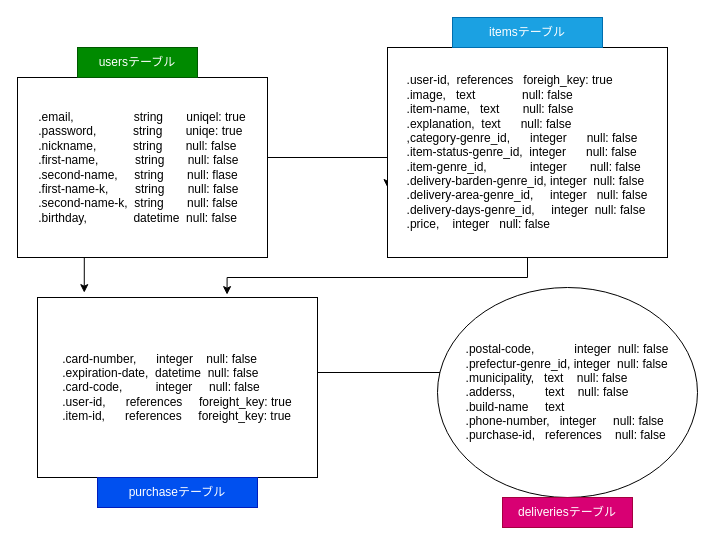
okadahideya/furima-31743 keeps this draw.io diagram as furima.dio. Above is the earlier version. Source tidied: cells renumbered, new cells numbered last; positions are measured from the earlier drawing's top-left corner, leaving out a move shared by most shapes. Both pictures are drawn from the tidied source at 100%, with x=0, y=0 at pixel (17, 17).
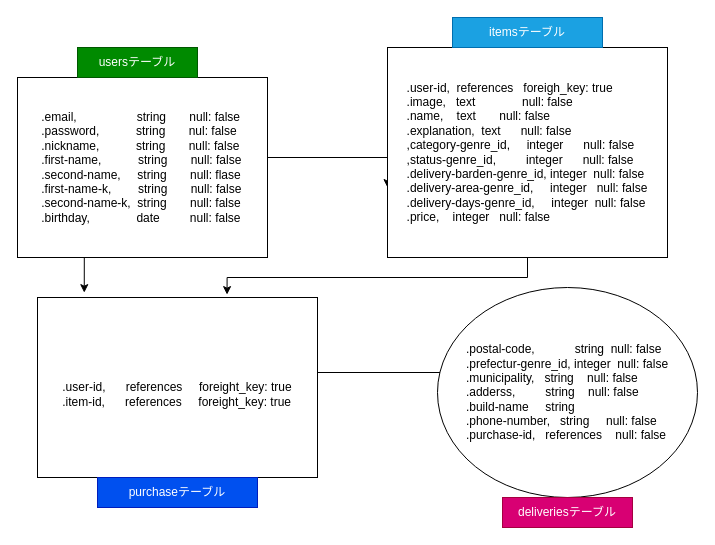
Above is the later version.

What changed in the source:
```diff
@@
 <mxGraphModel>
   <root>
     <mxCell id="0" />
     <mxCell id="1" parent="0" />
     <mxCell id="2" style="edgeStyle=orthogonalEdgeStyle;rounded=0;jettySize=auto;html=1;exitX=1;exitY=0.5;exitDx=0;exitDy=0;entryX=0;entryY=0.667;entryDx=0;entryDy=0;entryPerimeter=0;" parent="1" edge="1" source="4" target="6">
       <mxGeometry relative="1" as="geometry">
         <Array as="points">
           <mxPoint x="250" y="140" />
         </Array>
       </mxGeometry>
     </mxCell>
     <mxCell id="3" style="edgeStyle=orthogonalEdgeStyle;rounded=0;jettySize=auto;html=1;exitX=0.25;exitY=1;exitDx=0;exitDy=0;entryX=0.167;entryY=-0.027;entryDx=0;entryDy=0;entryPerimeter=0;" parent="1" edge="1" source="4" target="8">
       <mxGeometry relative="1" as="geometry" />
     </mxCell>
-    <mxCell id="4" value="&lt;div style=&quot;text-align: justify&quot;&gt;.email,&amp;nbsp; &amp;nbsp; &amp;nbsp; &amp;nbsp; &amp;nbsp; &amp;nbsp; &amp;nbsp; &amp;nbsp; &amp;nbsp; string&amp;nbsp; &amp;nbsp; &amp;nbsp; &amp;nbsp;uniqel: true&lt;/div&gt;&lt;div style=&quot;text-align: justify&quot;&gt;&lt;span&gt;.password,&amp;nbsp; &amp;nbsp; &amp;nbsp; &amp;nbsp; &amp;nbsp; &amp;nbsp;string&amp;nbsp; &amp;nbsp; &amp;nbsp; &amp;nbsp;uniqe: true&lt;/span&gt;&lt;/div&gt;&lt;div style=&quot;text-align: justify&quot;&gt;&lt;span&gt;.nickname,&amp;nbsp; &amp;nbsp; &amp;nbsp; &amp;nbsp; &amp;nbsp; &amp;nbsp;string&amp;nbsp; &amp;nbsp; &amp;nbsp; &amp;nbsp;null: false&amp;nbsp;&lt;/span&gt;&lt;/div&gt;&lt;div style=&quot;text-align: justify&quot;&gt;&lt;span&gt;.first-name,&amp;nbsp; &amp;nbsp; &amp;nbsp; &amp;nbsp; &amp;nbsp; &amp;nbsp;string&amp;nbsp; &amp;nbsp; &amp;nbsp; &amp;nbsp;null: false&lt;/span&gt;&lt;/div&gt;&lt;div style=&quot;text-align: justify&quot;&gt;&lt;span&gt;.second-name,&amp;nbsp; &amp;nbsp; &amp;nbsp;string&amp;nbsp; &amp;nbsp; &amp;nbsp; &amp;nbsp;null: flase&lt;/span&gt;&lt;/div&gt;&lt;div style=&quot;text-align: justify&quot;&gt;&lt;span&gt;.first-name-k,&amp;nbsp; &amp;nbsp; &amp;nbsp; &amp;nbsp; string&amp;nbsp; &amp;nbsp; &amp;nbsp; &amp;nbsp;null: false&lt;/span&gt;&lt;/div&gt;&lt;div style=&quot;text-align: justify&quot;&gt;&lt;span&gt;.second-name-k,&amp;nbsp; string&amp;nbsp; &amp;nbsp; &amp;nbsp; &amp;nbsp;null: false&lt;/span&gt;&lt;/div&gt;&lt;div style=&quot;text-align: justify&quot;&gt;&lt;span&gt;.birthday,&amp;nbsp; &amp;nbsp; &amp;nbsp; &amp;nbsp; &amp;nbsp; &amp;nbsp; &amp;nbsp; datetime&amp;nbsp; null: false&lt;/span&gt;&lt;/div&gt;" style="whiteSpace=wrap;html=1;align=center;" parent="1" vertex="1">
+    <mxCell id="4" value="&lt;div style=&quot;text-align: justify&quot;&gt;.email,&amp;nbsp; &amp;nbsp; &amp;nbsp; &amp;nbsp; &amp;nbsp; &amp;nbsp; &amp;nbsp; &amp;nbsp; &amp;nbsp; string&amp;nbsp; &amp;nbsp; &amp;nbsp; &amp;nbsp;null: false&lt;/div&gt;&lt;div style=&quot;text-align: justify&quot;&gt;&lt;span&gt;.password,&amp;nbsp; &amp;nbsp; &amp;nbsp; &amp;nbsp; &amp;nbsp; &amp;nbsp;string&amp;nbsp; &amp;nbsp; &amp;nbsp; &amp;nbsp;nul: false&lt;/span&gt;&lt;/div&gt;&lt;div style=&quot;text-align: justify&quot;&gt;&lt;span&gt;.nickname,&amp;nbsp; &amp;nbsp; &amp;nbsp; &amp;nbsp; &amp;nbsp; &amp;nbsp;string&amp;nbsp; &amp;nbsp; &amp;nbsp; &amp;nbsp;null: false&amp;nbsp;&lt;/span&gt;&lt;/div&gt;&lt;div style=&quot;text-align: justify&quot;&gt;&lt;span&gt;.first-name,&amp;nbsp; &amp;nbsp; &amp;nbsp; &amp;nbsp; &amp;nbsp; &amp;nbsp;string&amp;nbsp; &amp;nbsp; &amp;nbsp; &amp;nbsp;null: false&lt;/span&gt;&lt;/div&gt;&lt;div style=&quot;text-align: justify&quot;&gt;&lt;span&gt;.second-name,&amp;nbsp; &amp;nbsp; &amp;nbsp;string&amp;nbsp; &amp;nbsp; &amp;nbsp; &amp;nbsp;null: flase&lt;/span&gt;&lt;/div&gt;&lt;div style=&quot;text-align: justify&quot;&gt;&lt;span&gt;.first-name-k,&amp;nbsp; &amp;nbsp; &amp;nbsp; &amp;nbsp; string&amp;nbsp; &amp;nbsp; &amp;nbsp; &amp;nbsp;null: false&lt;/span&gt;&lt;/div&gt;&lt;div style=&quot;text-align: justify&quot;&gt;&lt;span&gt;.second-name-k,&amp;nbsp; string&amp;nbsp; &amp;nbsp; &amp;nbsp; &amp;nbsp;null: false&lt;/span&gt;&lt;/div&gt;&lt;div style=&quot;text-align: justify&quot;&gt;&lt;span&gt;.birthday,&amp;nbsp; &amp;nbsp; &amp;nbsp; &amp;nbsp; &amp;nbsp; &amp;nbsp; &amp;nbsp; date&amp;nbsp; &amp;nbsp; &amp;nbsp; &amp;nbsp; &amp;nbsp;null: false&lt;/span&gt;&lt;/div&gt;" style="whiteSpace=wrap;html=1;align=center;" parent="1" vertex="1">
       <mxGeometry y="60" width="250" height="180" as="geometry" />
     </mxCell>
     <mxCell id="5" style="edgeStyle=orthogonalEdgeStyle;rounded=0;jettySize=auto;html=1;exitX=0.5;exitY=1;exitDx=0;exitDy=0;entryX=0.677;entryY=-0.016;entryDx=0;entryDy=0;entryPerimeter=0;" parent="1" edge="1" source="6" target="8">
       <mxGeometry relative="1" as="geometry" />
     </mxCell>
-    <mxCell id="6" value="&lt;blockquote style=&quot;margin: 0 0 0 40px ; border: none ; padding: 0px&quot;&gt;&lt;/blockquote&gt;&lt;span&gt;&lt;div style=&quot;text-align: justify&quot;&gt;&lt;span&gt;.user-id,&amp;nbsp; references&amp;nbsp; &amp;nbsp;foreigh_key: true&lt;/span&gt;&lt;/div&gt;&lt;/span&gt;&lt;blockquote style=&quot;margin: 0 0 0 40px ; border: none ; padding: 0px&quot;&gt;&lt;/blockquote&gt;&lt;span&gt;&lt;div style=&quot;text-align: justify&quot;&gt;&lt;span&gt;.image,&amp;nbsp; &amp;nbsp;text&amp;nbsp; &amp;nbsp; &amp;nbsp; &amp;nbsp; &amp;nbsp; &amp;nbsp; &amp;nbsp; null: false&lt;/span&gt;&lt;/div&gt;&lt;/span&gt;&lt;blockquote style=&quot;margin: 0 0 0 40px ; border: none ; padding: 0px&quot;&gt;&lt;/blockquote&gt;&lt;span&gt;&lt;div style=&quot;text-align: justify&quot;&gt;&lt;span&gt;.item-name,&amp;nbsp; &amp;nbsp;text&amp;nbsp; &amp;nbsp; &amp;nbsp; &amp;nbsp;null: false&lt;/span&gt;&lt;/div&gt;&lt;/span&gt;&lt;blockquote style=&quot;margin: 0 0 0 40px ; border: none ; padding: 0px&quot;&gt;&lt;/blockquote&gt;&lt;span&gt;&lt;div style=&quot;text-align: justify&quot;&gt;&lt;span&gt;.explanation,&amp;nbsp; text&amp;nbsp; &amp;nbsp; &amp;nbsp; null: false&lt;/span&gt;&lt;/div&gt;&lt;/span&gt;&lt;blockquote style=&quot;margin: 0 0 0 40px ; border: none ; padding: 0px&quot;&gt;&lt;/blockquote&gt;&lt;span&gt;&lt;div style=&quot;text-align: justify&quot;&gt;&lt;span&gt;,category-genre_id,&amp;nbsp; &amp;nbsp; &amp;nbsp; integer&amp;nbsp; &amp;nbsp; &amp;nbsp; null: false&lt;/span&gt;&lt;/div&gt;&lt;/span&gt;&lt;blockquote style=&quot;margin: 0 0 0 40px ; border: none ; padding: 0px&quot;&gt;&lt;/blockquote&gt;&lt;span&gt;&lt;div style=&quot;text-align: justify&quot;&gt;&lt;span&gt;.item-status-genre_id,&amp;nbsp; integer&amp;nbsp; &amp;nbsp; &amp;nbsp; null: false&lt;/span&gt;&lt;/div&gt;&lt;/span&gt;&lt;blockquote style=&quot;margin: 0 0 0 40px ; border: none ; padding: 0px&quot;&gt;&lt;/blockquote&gt;&lt;span&gt;&lt;div style=&quot;text-align: justify&quot;&gt;&lt;span&gt;.item-genre_id,&amp;nbsp; &amp;nbsp; &amp;nbsp; &amp;nbsp; &amp;nbsp; &amp;nbsp; &amp;nbsp;integer&amp;nbsp; &amp;nbsp; &amp;nbsp; &amp;nbsp;null: false&lt;/span&gt;&lt;/div&gt;&lt;/span&gt;&lt;blockquote style=&quot;margin: 0 0 0 40px ; border: none ; padding: 0px&quot;&gt;&lt;/blockquote&gt;&lt;span&gt;&lt;div style=&quot;text-align: justify&quot;&gt;&lt;span&gt;.delivery-barden-genre_id, integer&amp;nbsp; null: false&lt;/span&gt;&lt;/div&gt;&lt;/span&gt;&lt;blockquote style=&quot;margin: 0 0 0 40px ; border: none ; padding: 0px&quot;&gt;&lt;/blockquote&gt;&lt;span&gt;&lt;div style=&quot;text-align: justify&quot;&gt;&lt;span&gt;.delivery-area-genre_id,&amp;nbsp; &amp;nbsp; &amp;nbsp;integer&amp;nbsp; &amp;nbsp;null: false&lt;/span&gt;&lt;/div&gt;&lt;/span&gt;&lt;blockquote style=&quot;margin: 0 0 0 40px ; border: none ; padding: 0px&quot;&gt;&lt;/blockquote&gt;&lt;span&gt;&lt;div style=&quot;text-align: justify&quot;&gt;&lt;span&gt;.delivery-days-genre_id,&amp;nbsp; &amp;nbsp; &amp;nbsp;integer&amp;nbsp; null: false&lt;/span&gt;&lt;/div&gt;&lt;/span&gt;&lt;span&gt;&lt;div style=&quot;text-align: justify&quot;&gt;&lt;span&gt;.price,&amp;nbsp; &amp;nbsp; integer&amp;nbsp; &amp;nbsp;null: false&lt;/span&gt;&lt;/div&gt;&lt;/span&gt;" style="whiteSpace=wrap;html=1;" parent="1" vertex="1">
+    <mxCell id="6" value="&lt;blockquote style=&quot;margin: 0 0 0 40px ; border: none ; padding: 0px&quot;&gt;&lt;/blockquote&gt;&lt;span&gt;&lt;div style=&quot;text-align: justify&quot;&gt;&lt;span&gt;.user-id,&amp;nbsp; references&amp;nbsp; &amp;nbsp;foreigh_key: true&lt;/span&gt;&lt;/div&gt;&lt;/span&gt;&lt;blockquote style=&quot;margin: 0 0 0 40px ; border: none ; padding: 0px&quot;&gt;&lt;/blockquote&gt;&lt;span&gt;&lt;div style=&quot;text-align: justify&quot;&gt;&lt;span&gt;.image,&amp;nbsp; &amp;nbsp;text&amp;nbsp; &amp;nbsp; &amp;nbsp; &amp;nbsp; &amp;nbsp; &amp;nbsp; &amp;nbsp; null: false&lt;/span&gt;&lt;/div&gt;&lt;/span&gt;&lt;blockquote style=&quot;margin: 0 0 0 40px ; border: none ; padding: 0px&quot;&gt;&lt;/blockquote&gt;&lt;span&gt;&lt;div style=&quot;text-align: justify&quot;&gt;&lt;span&gt;.name,&amp;nbsp; &amp;nbsp; text&amp;nbsp; &amp;nbsp; &amp;nbsp; &amp;nbsp;null: false&lt;/span&gt;&lt;/div&gt;&lt;/span&gt;&lt;blockquote style=&quot;margin: 0 0 0 40px ; border: none ; padding: 0px&quot;&gt;&lt;/blockquote&gt;&lt;span&gt;&lt;div style=&quot;text-align: justify&quot;&gt;&lt;span&gt;.explanation,&amp;nbsp; text&amp;nbsp; &amp;nbsp; &amp;nbsp; null: false&lt;/span&gt;&lt;/div&gt;&lt;/span&gt;&lt;blockquote style=&quot;margin: 0 0 0 40px ; border: none ; padding: 0px&quot;&gt;&lt;/blockquote&gt;&lt;span&gt;&lt;div style=&quot;text-align: justify&quot;&gt;&lt;span&gt;,category-genre_id,&amp;nbsp; &amp;nbsp; &amp;nbsp;integer&amp;nbsp; &amp;nbsp; &amp;nbsp; null: false&lt;/span&gt;&lt;/div&gt;&lt;/span&gt;&lt;blockquote style=&quot;margin: 0 0 0 40px ; border: none ; padding: 0px&quot;&gt;&lt;/blockquote&gt;&lt;span&gt;&lt;div style=&quot;text-align: justify&quot;&gt;&lt;span&gt;,status-genre_id,&amp;nbsp; &amp;nbsp; &amp;nbsp; &amp;nbsp; &amp;nbsp;integer&amp;nbsp; &amp;nbsp; &amp;nbsp; null: false&lt;/span&gt;&lt;/div&gt;&lt;/span&gt;&lt;blockquote style=&quot;margin: 0 0 0 40px ; border: none ; padding: 0px&quot;&gt;&lt;/blockquote&gt;&lt;span&gt;&lt;div style=&quot;text-align: justify&quot;&gt;&lt;span&gt;.delivery-barden-genre_id, integer&amp;nbsp; null: false&lt;/span&gt;&lt;/div&gt;&lt;/span&gt;&lt;blockquote style=&quot;margin: 0 0 0 40px ; border: none ; padding: 0px&quot;&gt;&lt;/blockquote&gt;&lt;span&gt;&lt;div style=&quot;text-align: justify&quot;&gt;&lt;span&gt;.delivery-area-genre_id,&amp;nbsp; &amp;nbsp; &amp;nbsp;integer&amp;nbsp; &amp;nbsp;null: false&lt;/span&gt;&lt;/div&gt;&lt;/span&gt;&lt;blockquote style=&quot;margin: 0 0 0 40px ; border: none ; padding: 0px&quot;&gt;&lt;/blockquote&gt;&lt;span&gt;&lt;div style=&quot;text-align: justify&quot;&gt;&lt;span&gt;.delivery-days-genre_id,&amp;nbsp; &amp;nbsp; &amp;nbsp;integer&amp;nbsp; null: false&lt;/span&gt;&lt;/div&gt;&lt;/span&gt;&lt;span&gt;&lt;div style=&quot;text-align: justify&quot;&gt;&lt;span&gt;.price,&amp;nbsp; &amp;nbsp; integer&amp;nbsp; &amp;nbsp;null: false&lt;/span&gt;&lt;/div&gt;&lt;/span&gt;" style="whiteSpace=wrap;html=1;" parent="1" vertex="1">
       <mxGeometry x="370" y="30" width="280" height="210" as="geometry" />
     </mxCell>
     <mxCell id="7" style="edgeStyle=orthogonalEdgeStyle;rounded=0;jettySize=auto;html=1;exitX=1;exitY=0.5;exitDx=0;exitDy=0;entryX=0;entryY=0.5;entryDx=0;entryDy=0;" parent="1" edge="1" source="8" target="9">
       <mxGeometry relative="1" as="geometry">
         <Array as="points">
           <mxPoint x="430" y="355" />
         </Array>
       </mxGeometry>
     </mxCell>
-    <mxCell id="8" value="&lt;div style=&quot;text-align: justify&quot;&gt;&lt;span&gt;.card-number,&amp;nbsp; &amp;nbsp; &amp;nbsp; integer&amp;nbsp; &amp;nbsp; null: false&lt;/span&gt;&lt;/div&gt;&lt;div style=&quot;text-align: justify&quot;&gt;&lt;span&gt;.expiration-date,&amp;nbsp; datetime&amp;nbsp; null: false&lt;/span&gt;&lt;/div&gt;&lt;div style=&quot;text-align: justify&quot;&gt;&lt;span&gt;.card-code,&amp;nbsp; &amp;nbsp; &amp;nbsp; &amp;nbsp; &amp;nbsp; integer&amp;nbsp; &amp;nbsp; &amp;nbsp;null: false&lt;/span&gt;&lt;/div&gt;&lt;div style=&quot;text-align: justify&quot;&gt;&lt;span&gt;.user-id,&amp;nbsp; &amp;nbsp; &amp;nbsp; references&amp;nbsp; &amp;nbsp; &amp;nbsp;foreight_key: true&lt;/span&gt;&lt;/div&gt;&lt;div style=&quot;text-align: justify&quot;&gt;&lt;span&gt;.item-id,&amp;nbsp; &amp;nbsp; &amp;nbsp; references&amp;nbsp; &amp;nbsp; &amp;nbsp;foreight_key: true&lt;/span&gt;&lt;/div&gt;" style="whiteSpace=wrap;html=1;" parent="1" vertex="1">
+    <mxCell id="8" value="&lt;div style=&quot;text-align: justify&quot;&gt;&lt;br&gt;&lt;/div&gt;&lt;div style=&quot;text-align: justify&quot;&gt;&lt;span&gt;.user-id,&amp;nbsp; &amp;nbsp; &amp;nbsp; references&amp;nbsp; &amp;nbsp; &amp;nbsp;foreight_key: true&lt;/span&gt;&lt;/div&gt;&lt;div style=&quot;text-align: justify&quot;&gt;&lt;span&gt;.item-id,&amp;nbsp; &amp;nbsp; &amp;nbsp; references&amp;nbsp; &amp;nbsp; &amp;nbsp;foreight_key: true&lt;/span&gt;&lt;/div&gt;" style="whiteSpace=wrap;html=1;" parent="1" vertex="1">
       <mxGeometry x="20" y="280" width="280" height="180" as="geometry" />
     </mxCell>
-    <mxCell id="9" value="&lt;div style=&quot;text-align: justify&quot;&gt;&lt;span&gt;.postal-code,&amp;nbsp; &amp;nbsp; &amp;nbsp; &amp;nbsp; &amp;nbsp; &amp;nbsp; integer&amp;nbsp; null: false&lt;/span&gt;&lt;/div&gt;&lt;div style=&quot;text-align: justify&quot;&gt;&lt;span&gt;.prefectur-genre_id, integer&amp;nbsp; null: false&lt;/span&gt;&lt;/div&gt;&lt;div style=&quot;text-align: justify&quot;&gt;&lt;span&gt;.municipality,&amp;nbsp; &amp;nbsp;text&amp;nbsp; &amp;nbsp; null: false&lt;/span&gt;&lt;/div&gt;&lt;div style=&quot;text-align: justify&quot;&gt;&lt;span&gt;.adderss,&amp;nbsp; &amp;nbsp; &amp;nbsp; &amp;nbsp; &amp;nbsp;text&amp;nbsp; &amp;nbsp; null: false&lt;/span&gt;&lt;/div&gt;&lt;div style=&quot;text-align: justify&quot;&gt;&lt;span&gt;.build-name&amp;nbsp; &amp;nbsp; &amp;nbsp;text&lt;/span&gt;&lt;/div&gt;&lt;div style=&quot;text-align: justify&quot;&gt;&lt;span&gt;.phone-number,&amp;nbsp; &amp;nbsp;integer&amp;nbsp; &amp;nbsp; &amp;nbsp;null: false&lt;/span&gt;&lt;/div&gt;&lt;div style=&quot;text-align: justify&quot;&gt;&lt;span&gt;.purchase-id,&amp;nbsp; &amp;nbsp;references&amp;nbsp; &amp;nbsp; null: false&lt;/span&gt;&lt;/div&gt;" style="ellipse;whiteSpace=wrap;html=1;" parent="1" vertex="1">
+    <mxCell id="9" value="&lt;div style=&quot;text-align: justify&quot;&gt;&lt;span&gt;.postal-code,&amp;nbsp; &amp;nbsp; &amp;nbsp; &amp;nbsp; &amp;nbsp; &amp;nbsp; string&amp;nbsp; null: false&lt;/span&gt;&lt;/div&gt;&lt;div style=&quot;text-align: justify&quot;&gt;&lt;span&gt;.prefectur-genre_id, integer&amp;nbsp; null: false&lt;/span&gt;&lt;/div&gt;&lt;div style=&quot;text-align: justify&quot;&gt;&lt;span&gt;.municipality,&amp;nbsp; &amp;nbsp;string&amp;nbsp; &amp;nbsp; null: false&lt;/span&gt;&lt;/div&gt;&lt;div style=&quot;text-align: justify&quot;&gt;&lt;span&gt;.adderss,&amp;nbsp; &amp;nbsp; &amp;nbsp; &amp;nbsp; &amp;nbsp;string&amp;nbsp; &amp;nbsp; null: false&lt;/span&gt;&lt;/div&gt;&lt;div style=&quot;text-align: justify&quot;&gt;&lt;span&gt;.build-name&amp;nbsp; &amp;nbsp; &amp;nbsp;string&lt;/span&gt;&lt;/div&gt;&lt;div style=&quot;text-align: justify&quot;&gt;&lt;span&gt;.phone-number,&amp;nbsp; &amp;nbsp;string&amp;nbsp; &amp;nbsp; &amp;nbsp;null: false&lt;/span&gt;&lt;/div&gt;&lt;div style=&quot;text-align: justify&quot;&gt;&lt;span&gt;.purchase-id,&amp;nbsp; &amp;nbsp;references&amp;nbsp; &amp;nbsp; null: false&lt;/span&gt;&lt;/div&gt;" style="ellipse;whiteSpace=wrap;html=1;" parent="1" vertex="1">
       <mxGeometry x="420" y="270" width="260" height="210" as="geometry" />
     </mxCell>
     <mxCell id="10" value="usersテーブル" style="whiteSpace=wrap;html=1;fillColor=#008a00;strokeColor=#005700;fontColor=#ffffff;" parent="1" vertex="1">
       <mxGeometry x="60" y="30" width="120" height="30" as="geometry" />
     </mxCell>
     <mxCell id="11" value="itemsテーブル" style="whiteSpace=wrap;html=1;fillColor=#1ba1e2;strokeColor=#006EAF;fontColor=#ffffff;" parent="1" vertex="1">
       <mxGeometry x="435" width="150" height="30" as="geometry" />
     </mxCell>
     <mxCell id="12" value="purchaseテーブル" style="whiteSpace=wrap;html=1;fillColor=#0050ef;strokeColor=#001DBC;fontColor=#ffffff;" parent="1" vertex="1">
       <mxGeometry x="80" y="460" width="160" height="30" as="geometry" />
     </mxCell>
     <mxCell id="13" value="deliveriesテーブル" style="whiteSpace=wrap;html=1;fillColor=#d80073;strokeColor=#A50040;fontColor=#ffffff;" parent="1" vertex="1">
       <mxGeometry x="485" y="480" width="130" height="30" as="geometry" />
     </mxCell>
   </root>
 </mxGraphModel>
```
